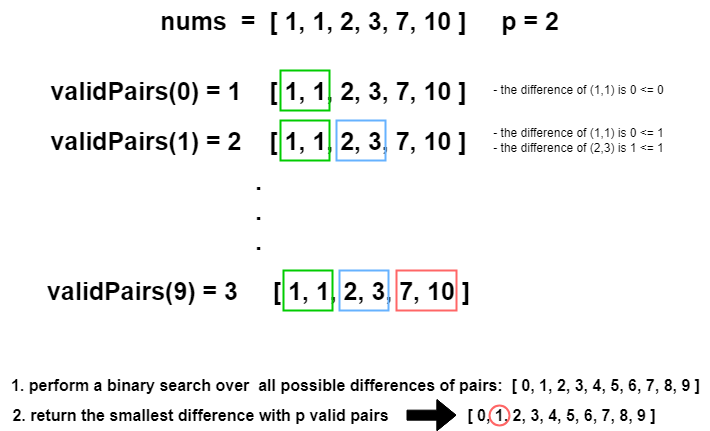
Earlier version of the draw.io export Python3/img/MinimizeMaximumDifference.png (ashiven/leetcode-solutions). Source tidied: cells renumbered, new cells last; positions are measured from the earlier drawing's top-left corner, leaving out a move shared by most shapes.
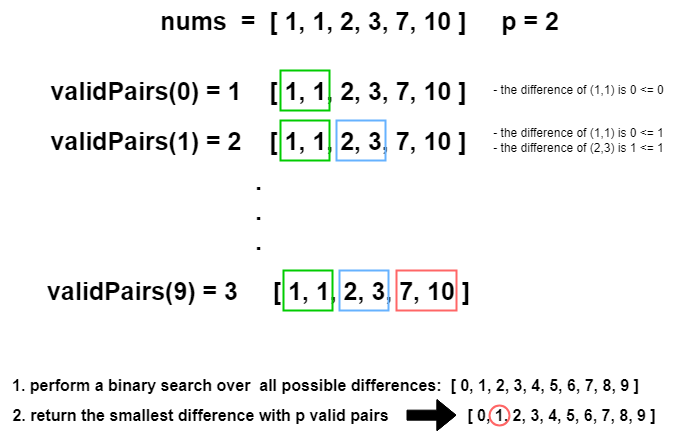
After the commit.

The edit, as a diff of the source:
```diff
@@ -35,8 +35,8 @@
     <mxCell id="12" value=".&lt;br style=&quot;font-size: 25px;&quot;&gt;.&lt;br style=&quot;font-size: 25px;&quot;&gt;." style="text;html=1;align=center;verticalAlign=middle;strokeColor=none;fillColor=none;fontSize=25;fontStyle=1;" parent="1" vertex="1">
       <mxGeometry x="243" y="160" width="30" height="100" as="geometry" />
     </mxCell>
-    <mxCell id="13" value="&lt;font style=&quot;font-size: 16px;&quot;&gt;&lt;b style=&quot;font-size: 16px;&quot;&gt;1. perform a binary search over&amp;nbsp; all possible differences of pairs:&amp;nbsp; [ 0, 1, 2, 3, 4, 5, 6, 7, 8, 9 ]&lt;/b&gt;&lt;/font&gt;" style="text;html=1;align=center;verticalAlign=middle;strokeColor=none;fillColor=none;fontSize=16;" parent="1" vertex="1">
-      <mxGeometry y="370" width="710" height="30" as="geometry" />
+    <mxCell id="13" value="&lt;font style=&quot;font-size: 16px;&quot;&gt;&lt;b style=&quot;font-size: 16px;&quot;&gt;1. perform a binary search over&amp;nbsp; all possible differences:&amp;nbsp; [ 0, 1, 2, 3, 4, 5, 6, 7, 8, 9 ]&lt;/b&gt;&lt;/font&gt;" style="text;html=1;align=center;verticalAlign=middle;strokeColor=none;fillColor=none;fontSize=16;" parent="1" vertex="1">
+      <mxGeometry y="370" width="650" height="30" as="geometry" />
     </mxCell>
     <mxCell id="14" value="2. return the smallest difference with p valid pairs" style="text;html=1;align=center;verticalAlign=middle;strokeColor=none;fillColor=none;fontSize=16;fontStyle=1;" parent="1" vertex="1">
       <mxGeometry y="400" width="400" height="30" as="geometry" />
```
